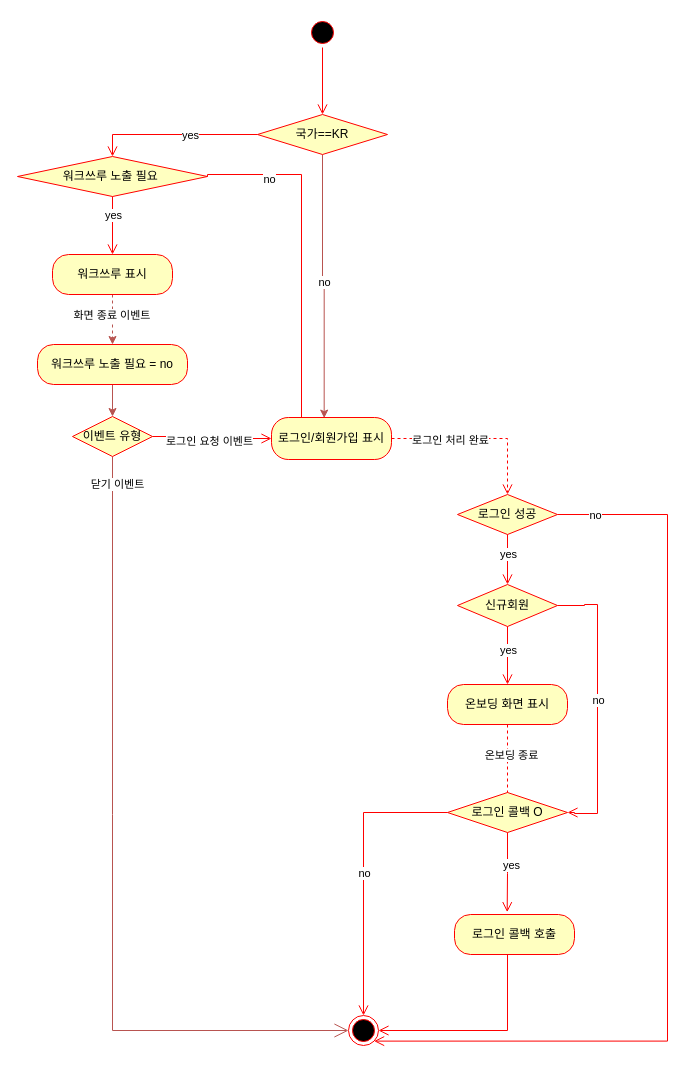
Before: page "로그인" (4 of 5) of 제목 없는 다이어그램.drawio in gookhee/diagrams, a draw.io diagram. Source tidied: cells renumbered, new cells numbered last; positions are measured from the earlier drawing's top-left corner, leaving out a move shared by most shapes. Both pictures are drawn from the tidied source at 100%, with x=0, y=0 at pixel (17, 17).
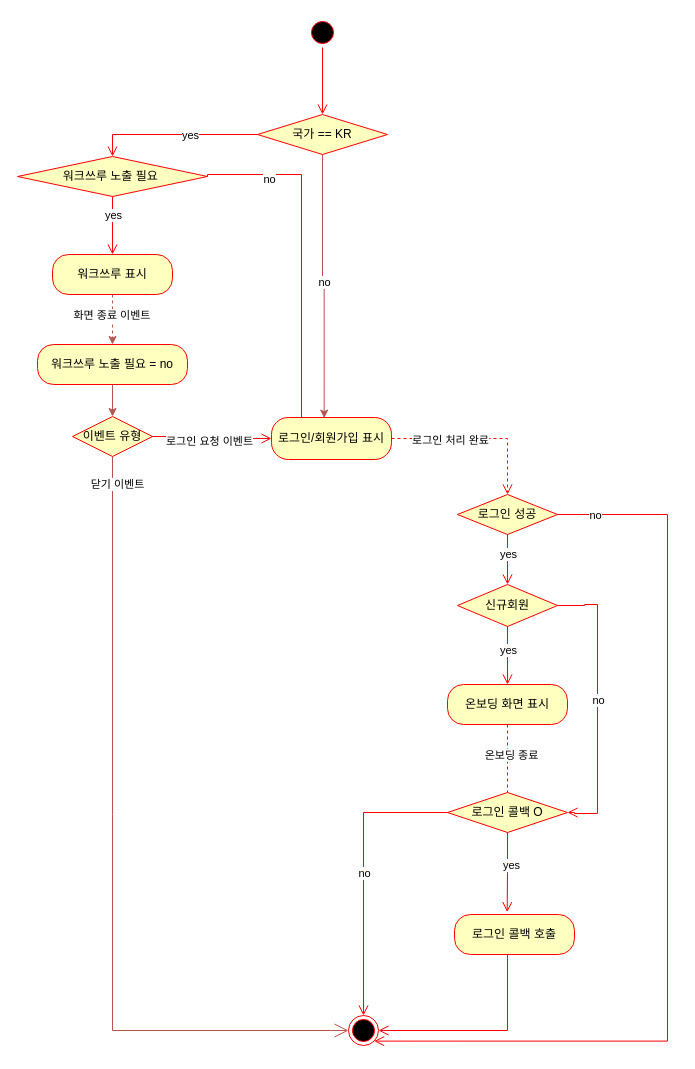
The same diagram, later.

Commit message:
제목 없는 다이어그램.drawio 업데이트

Change to the diagram source:
```diff
@@
-    <mxCell id="6" value="국가==KR" style="rhombus;whiteSpace=wrap;html=1;fontColor=#000000;fillColor=#ffffc0;strokeColor=#ff0000;" parent="1" vertex="1">
+    <mxCell id="6" value="국가 == KR" style="rhombus;whiteSpace=wrap;html=1;fontColor=#000000;fillColor=#ffffc0;strokeColor=#ff0000;" parent="1" vertex="1">
       <mxGeometry x="240" y="97" width="130" height="40" as="geometry" />
     </mxCell>
```
